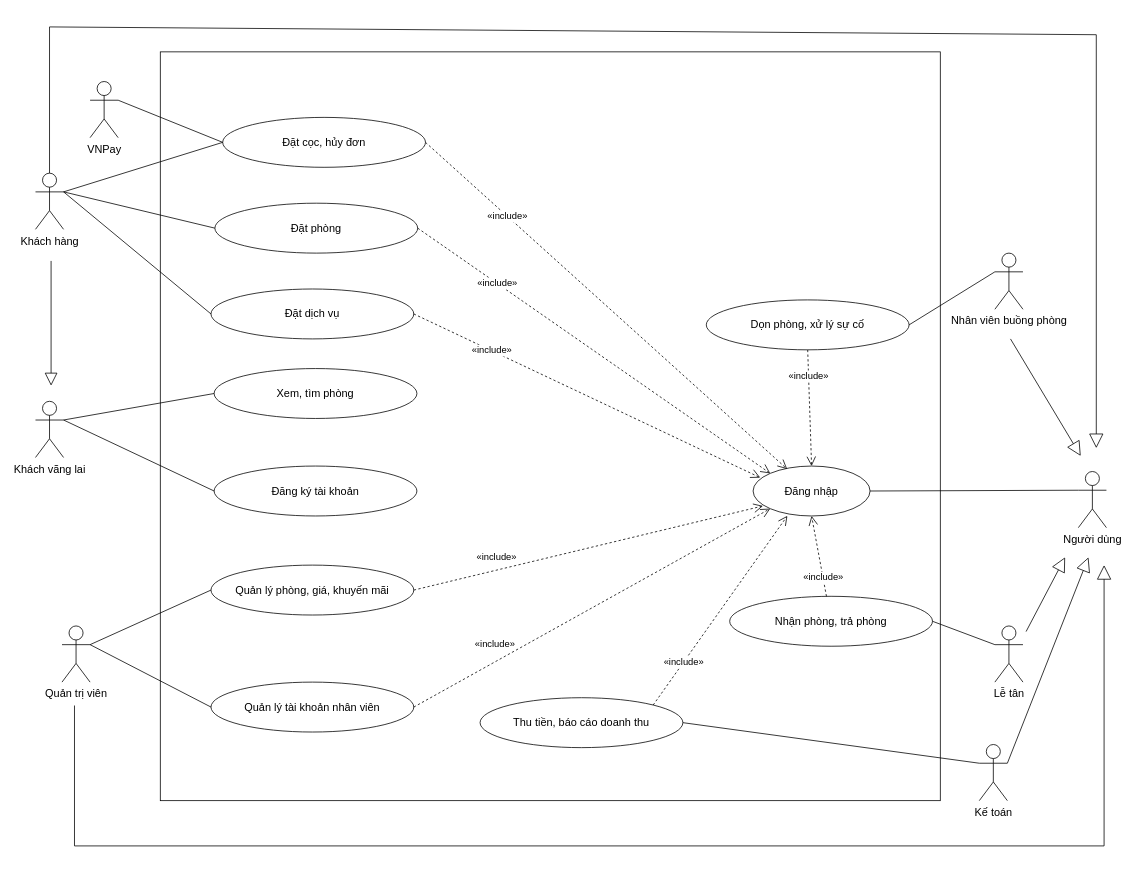
ngynquchn2511/beach-hotel keeps this draw.io diagram as docs/use-case/uc0-tong-quat.drawio. Above is the earlier version. Source tidied: cells renumbered, new cells numbered last; positions are measured from the earlier drawing's top-left corner, leaving out a move shared by most shapes. Both pictures are drawn from the tidied source at 78%, with x=0, y=0 at pixel (35, 27).
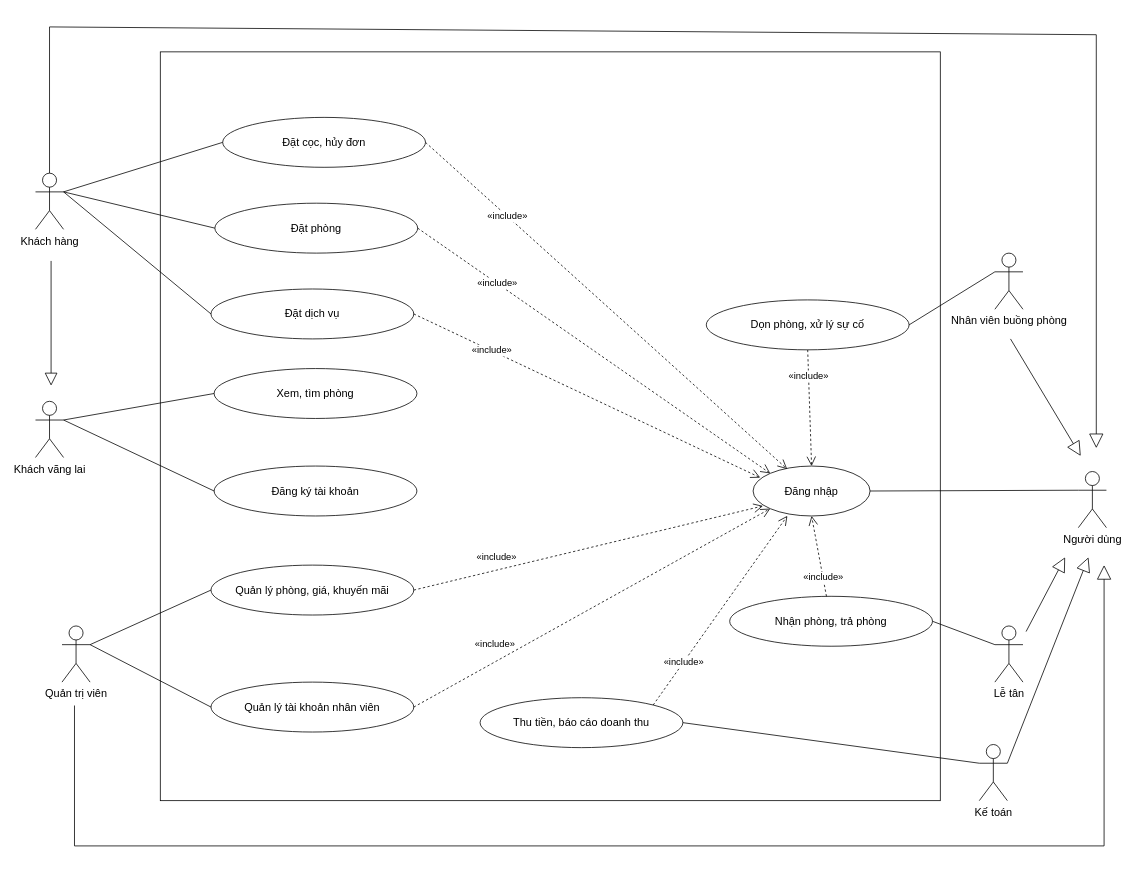
After the change.

The change refers to these unchanged cells:
```xml
<mxCell id="7" value="Đặt cọc, hủy đơn" style="fontFamily=Arial;fontColor=#000000;ellipse;whiteSpace=wrap;html=1;fillColor=#FFFFFF;strokeColor=#000000;fontSize=14;" parent="1" vertex="1">
  <mxGeometry x="240" y="116" width="260" height="64" as="geometry" />
</mxCell>
```

Change to the diagram source:
```diff
@@
-    <mxCell id="18" value="VNPay" style="fontFamily=Arial;fontColor=#000000;shape=umlActor;verticalLabelPosition=bottom;verticalAlign=top;html=1;outlineConnect=0;fillColor=#FFFFFF;strokeColor=#000000;fontSize=14;" parent="1" vertex="1">
-      <mxGeometry x="70" y="70" width="36" height="72" as="geometry" />
-    </mxCell>
@@
-    <mxCell id="28" style="fontFamily=Arial;fontColor=#000000;endArrow=none;html=1;strokeColor=#000000;rounded=0;exitX=1;exitY=0.333;exitDx=0;exitDy=0;exitPerimeter=0;entryX=0;entryY=0.5;entryDx=0;entryDy=0;entryPerimeter=0;" parent="1" edge="1" source="18" target="7">
-      <mxGeometry relative="1" as="geometry" />
-    </mxCell>
```
